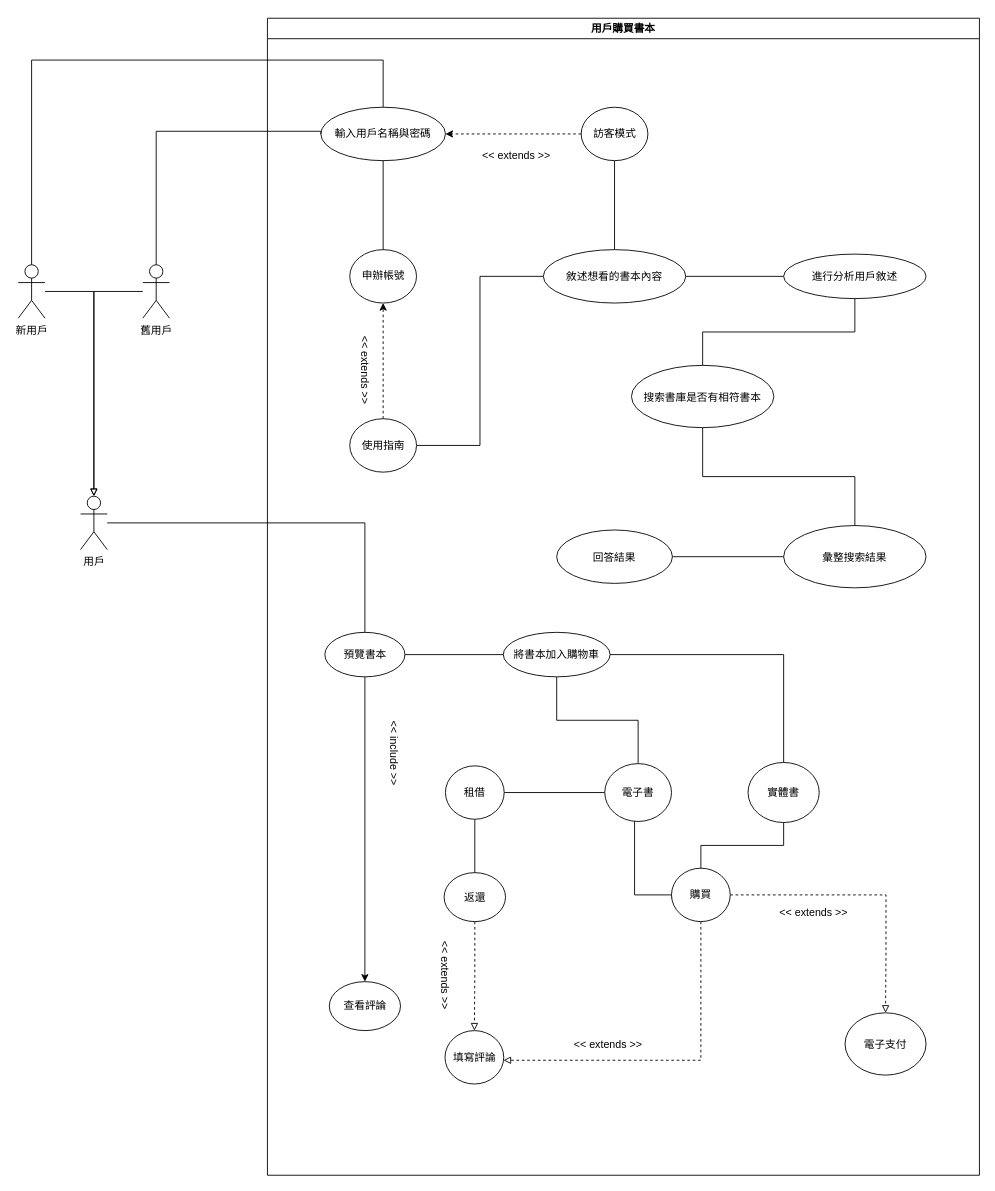
Above: page "第 1 页" (1 of 4) of diagrams/未命名绘图.drawio in SparrowTen/OpenShop (draw.io), before the change. Source tidied: cells renumbered, new cells numbered last; positions are measured from the earlier drawing's top-left corner, leaving out a move shared by most shapes. Both pictures are drawn from the tidied source at 89%, with x=0, y=0 at pixel (18, 18).
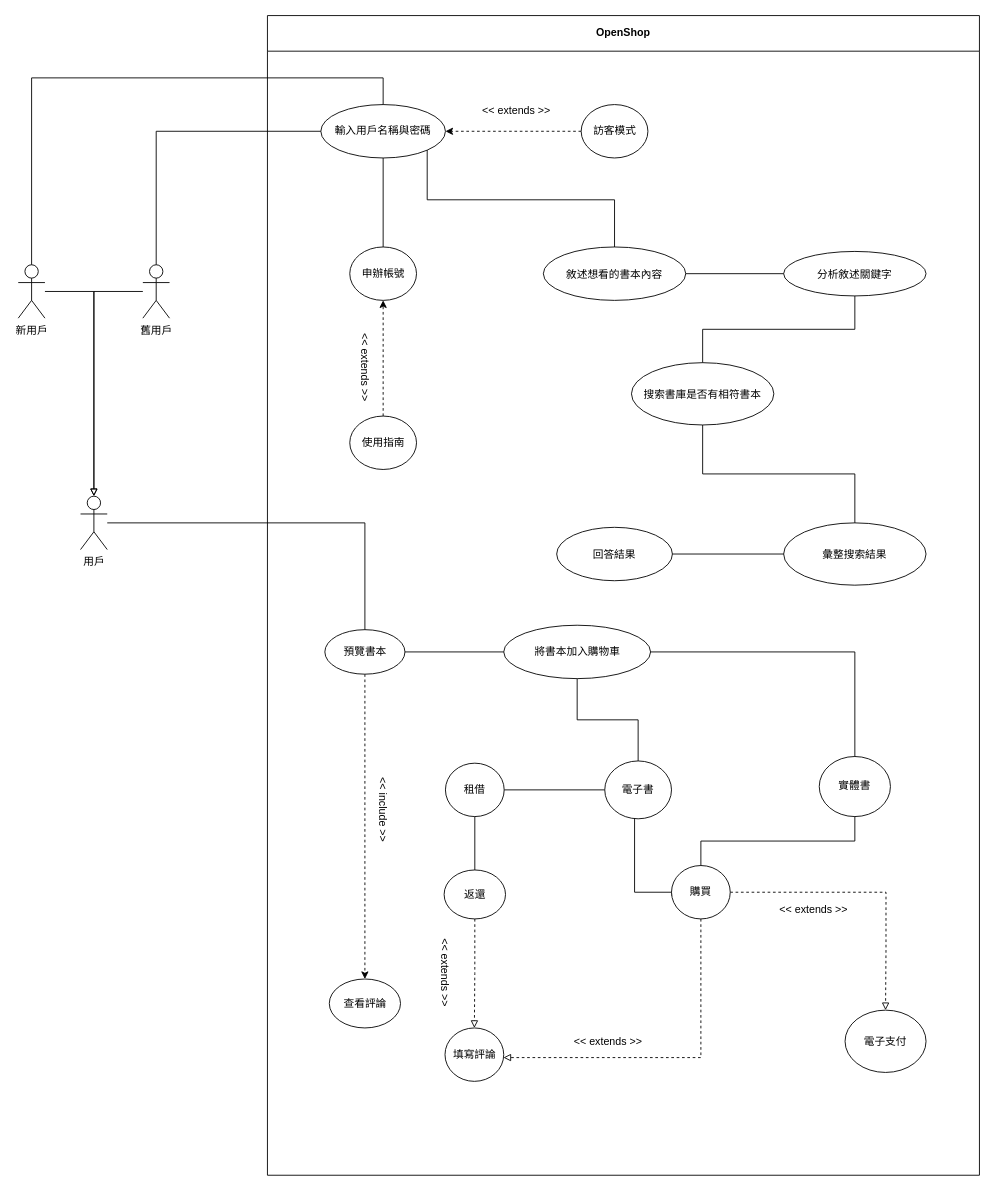
After the change.

Commit message (it also covers changes not shown here):
更新未命名绘图.drawio

Unchanged cells that the change refers to:
```xml
<mxCell id="3" value="輸入用戶名稱與密碼" style="ellipse;whiteSpace=wrap;html=1;" parent="2" vertex="1">
  <mxGeometry x="60" y="100" width="140" height="60" as="geometry" />
</mxCell>
<mxCell id="8" value="訪客模式" style="ellipse;whiteSpace=wrap;html=1;" parent="2" vertex="1">
  <mxGeometry x="352.5" y="100" width="75" height="60" as="geometry" />
</mxCell>
<mxCell id="11" value="使用指南" style="ellipse;whiteSpace=wrap;html=1;" parent="2" vertex="1">
  <mxGeometry x="92.5" y="450" width="75" height="60" as="geometry" />
</mxCell>
<mxCell id="14" value="&lt;span style=&quot;font-size: 12px;&quot;&gt;敘述想看的書本內容&lt;/span&gt;" style="ellipse;whiteSpace=wrap;html=1;fontSize=14;" parent="2" vertex="1">
  <mxGeometry x="310" y="260" width="160" height="60" as="geometry" />
</mxCell>
<mxCell id="38" value="預覽書本" style="ellipse;whiteSpace=wrap;html=1;" parent="2" vertex="1">
  <mxGeometry x="64.5" y="690" width="90" height="50" as="geometry" />
</mxCell>
<mxCell id="42" value="查看評論" style="ellipse;whiteSpace=wrap;html=1;" parent="2" vertex="1">
  <mxGeometry x="69.5" y="1082.5" width="80" height="55" as="geometry" />
</mxCell>
<mxCell id="53" value="新用戶" style="shape=umlActor;verticalLabelPosition=bottom;verticalAlign=top;html=1;outlineConnect=0;" parent="1" vertex="1">
  <mxGeometry y="277" width="30" height="60" as="geometry" />
</mxCell>
```

What changed in the source:
```diff
@@
-    <mxCell id="2" value="用戶購買書本" style="swimlane;whiteSpace=wrap;html=1;" parent="1" vertex="1">
-      <mxGeometry x="280" width="800" height="1300" as="geometry" />
+    <mxCell id="2" value="OpenShop" style="swimlane;whiteSpace=wrap;html=1;startSize=40;" parent="1" vertex="1">
+      <mxGeometry x="280" y="-3" width="800" height="1303" as="geometry" />
     </mxCell>
@@
-    <mxCell id="7" style="edgeStyle=orthogonalEdgeStyle;rounded=0;jettySize=auto;html=1;exitX=0.5;exitY=1;exitDx=0;exitDy=0;entryX=0.5;entryY=0;entryDx=0;entryDy=0;endArrow=none;endFill=0;" parent="2" edge="1" source="8" target="14">
-      <mxGeometry relative="1" as="geometry" />
-    </mxCell>
@@
-    <mxCell id="10" style="edgeStyle=orthogonalEdgeStyle;rounded=0;jettySize=auto;html=1;entryX=0;entryY=0.5;entryDx=0;entryDy=0;endArrow=none;endFill=0;" parent="2" edge="1" source="11" target="14">
-      <mxGeometry relative="1" as="geometry" />
+    <mxCell id="10" style="edgeStyle=orthogonalEdgeStyle;rounded=0;jettySize=auto;html=1;entryX=0;entryY=0.5;entryDx=0;entryDy=0;endArrow=none;endFill=0;exitX=1;exitY=1;exitDx=0;exitDy=0;" parent="2" edge="1" source="3" target="14">
+      <mxGeometry relative="1" as="geometry">
+        <Array as="points">
+          <mxPoint x="180" y="207" />
+          <mxPoint x="390" y="207" />
+          <mxPoint x="390" y="290" />
+        </Array>
+      </mxGeometry>
     </mxCell>
@@
     <mxCell id="12" value="&amp;lt;&amp;lt; extends &amp;gt;&amp;gt;" style="text;html=1;strokeColor=none;fillColor=none;align=center;verticalAlign=middle;whiteSpace=wrap;rounded=0;" parent="2" vertex="1">
-      <mxGeometry x="235" y="140" width="90" height="30" as="geometry" />
+      <mxGeometry x="235" y="87" width="90" height="40" as="geometry" />
     </mxCell>
@@
-    <mxCell id="15" value="&lt;span style=&quot;font-size: 12px;&quot;&gt;進行分析用戶敘述&lt;/span&gt;" style="ellipse;whiteSpace=wrap;html=1;fontSize=14;" parent="2" vertex="1">
+    <mxCell id="15" value="&lt;span style=&quot;font-size: 12px;&quot;&gt;分析敘述關鍵字&lt;/span&gt;" style="ellipse;whiteSpace=wrap;html=1;fontSize=14;" parent="2" vertex="1">
       <mxGeometry x="580" y="265" width="160" height="50" as="geometry" />
     </mxCell>
@@
     <mxCell id="24" value="將書本加入購物車" style="ellipse;whiteSpace=wrap;html=1;" parent="2" vertex="1">
-      <mxGeometry x="265" y="690" width="120" height="50" as="geometry" />
+      <mxGeometry x="265.5" y="685" width="165" height="60" as="geometry" />
     </mxCell>
     <mxCell id="25" value="實體書" style="ellipse;whiteSpace=wrap;html=1;" parent="2" vertex="1">
-      <mxGeometry x="540" y="836.2" width="80" height="67.5" as="geometry" />
+      <mxGeometry x="620" y="832.5" width="80" height="67.5" as="geometry" />
     </mxCell>
@@
-    <mxCell id="37" style="edgeStyle=orthogonalEdgeStyle;rounded=0;jettySize=auto;html=1;exitX=0.5;exitY=1;exitDx=0;exitDy=0;" parent="2" edge="1" source="38" target="42">
+    <mxCell id="37" style="edgeStyle=orthogonalEdgeStyle;rounded=0;jettySize=auto;html=1;exitX=0.5;exitY=1;exitDx=0;exitDy=0;dashed=1;" parent="2" edge="1" source="38" target="42">
       <mxGeometry relative="1" as="geometry" />
     </mxCell>
@@
     <mxCell id="41" value="&amp;lt;&amp;lt; include &amp;gt;&amp;gt;" style="text;html=1;align=center;verticalAlign=middle;strokeColor=none;fillColor=none;rotation=90;" parent="2" vertex="1">
-      <mxGeometry x="92.5" y="810" width="100" height="30" as="geometry" />
+      <mxGeometry x="80" y="877" width="100" height="30" as="geometry" />
     </mxCell>
@@
     <mxCell id="54" style="edgeStyle=orthogonalEdgeStyle;rounded=0;jettySize=auto;html=1;entryX=0.5;entryY=0;entryDx=0;entryDy=0;entryPerimeter=0;endArrow=none;endFill=0;" parent="1" edge="1" source="3" target="53">
       <mxGeometry relative="1" as="geometry">
         <Array as="points">
-          <mxPoint x="410" y="47" />
-          <mxPoint x="15" y="47" />
+          <mxPoint x="410" y="67" />
+          <mxPoint x="15" y="67" />
         </Array>
       </mxGeometry>
     </mxCell>
```
